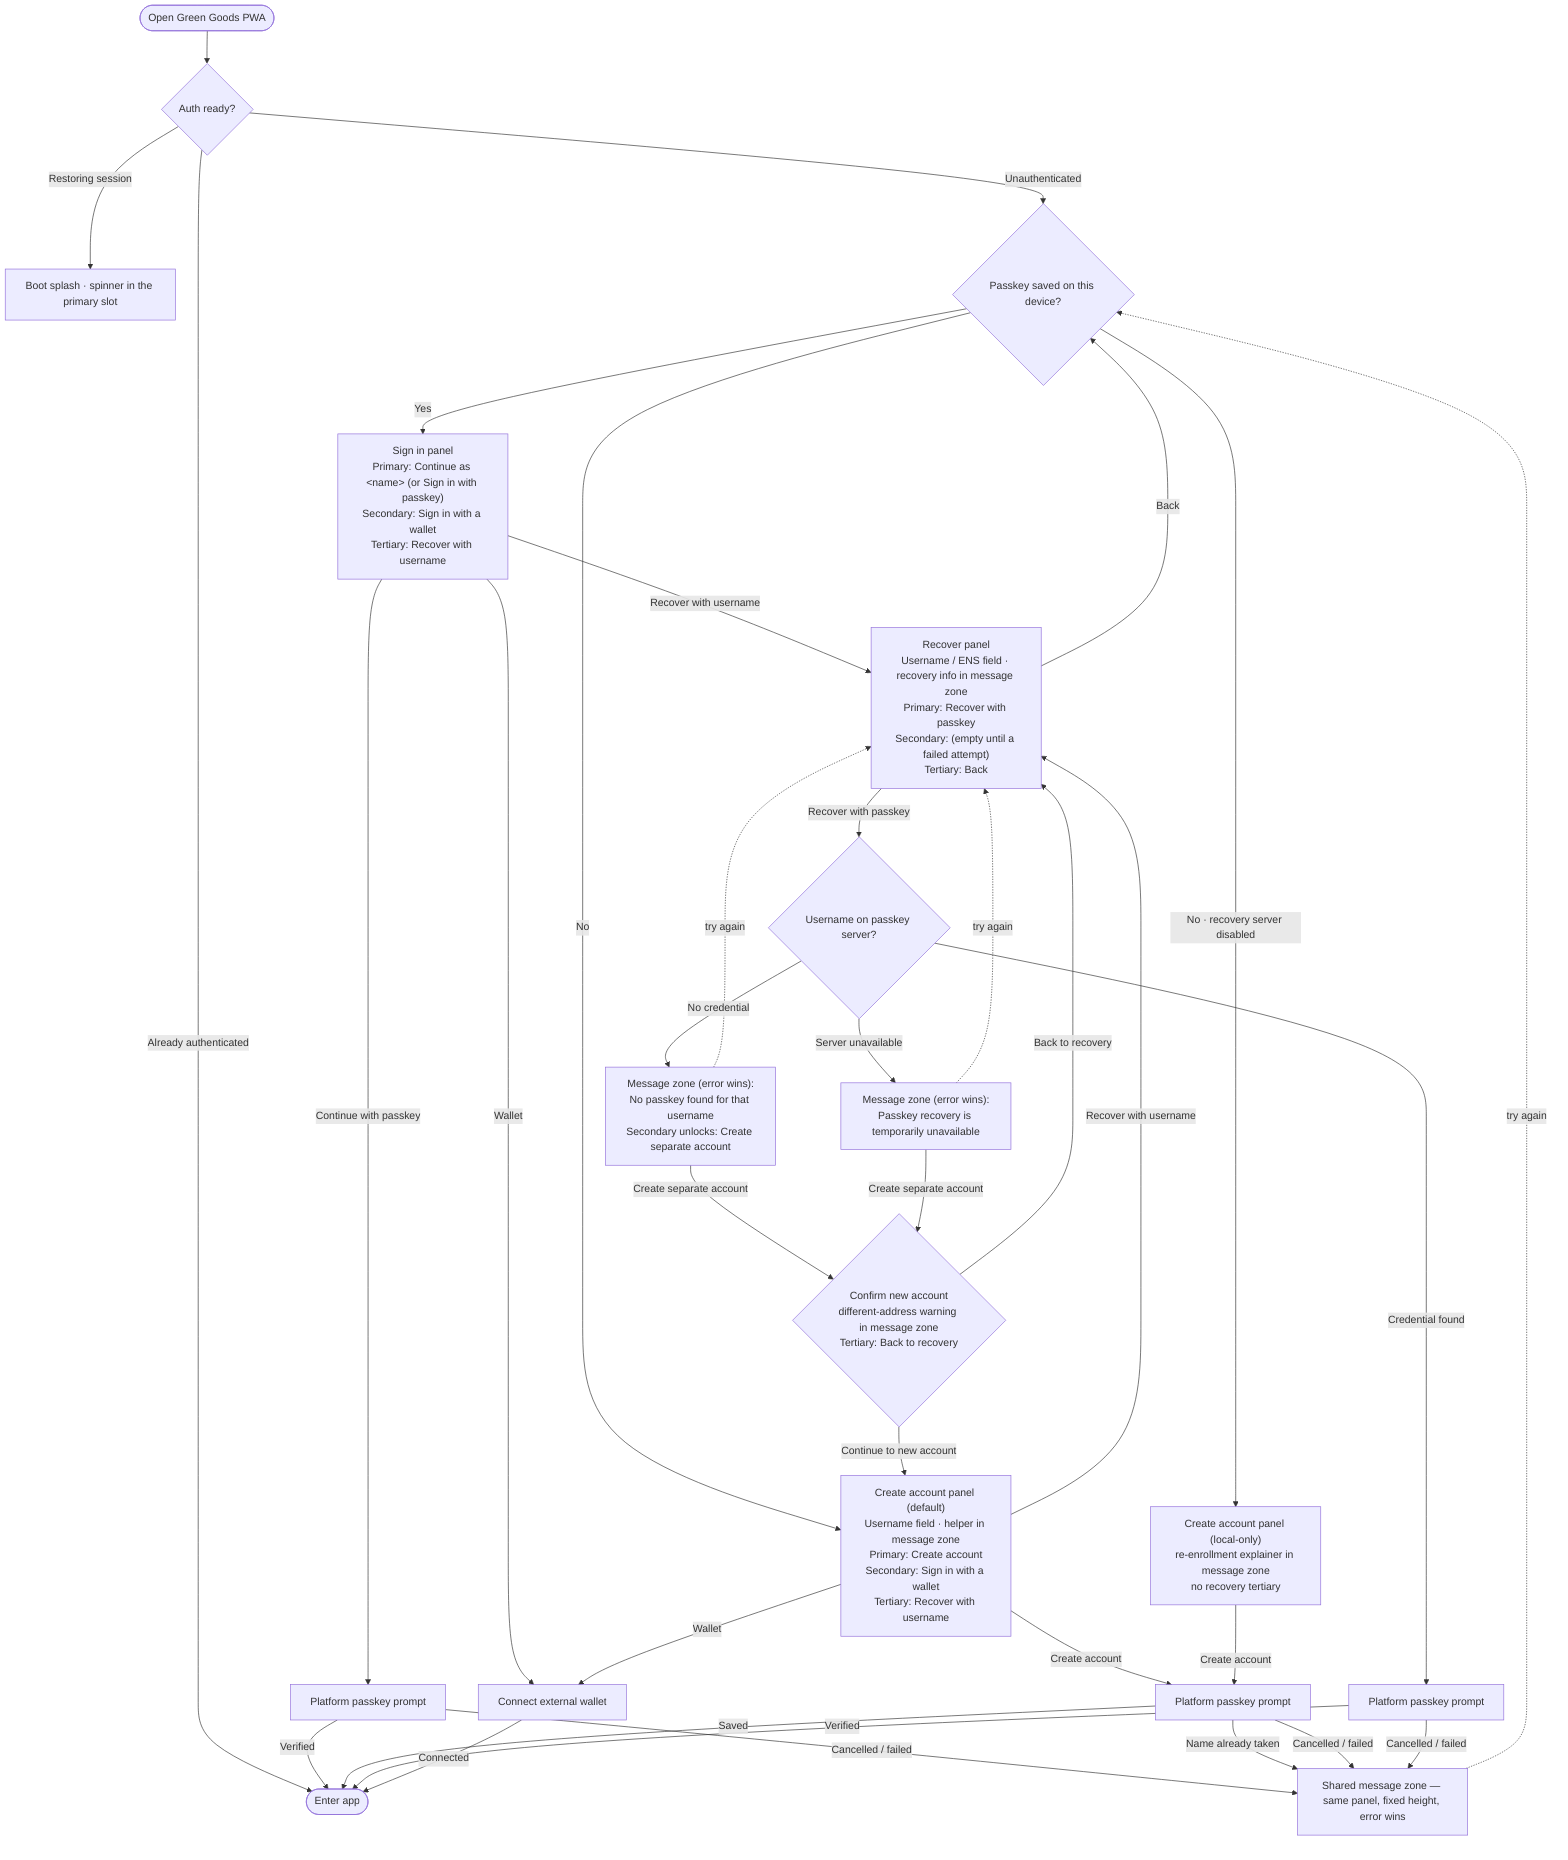
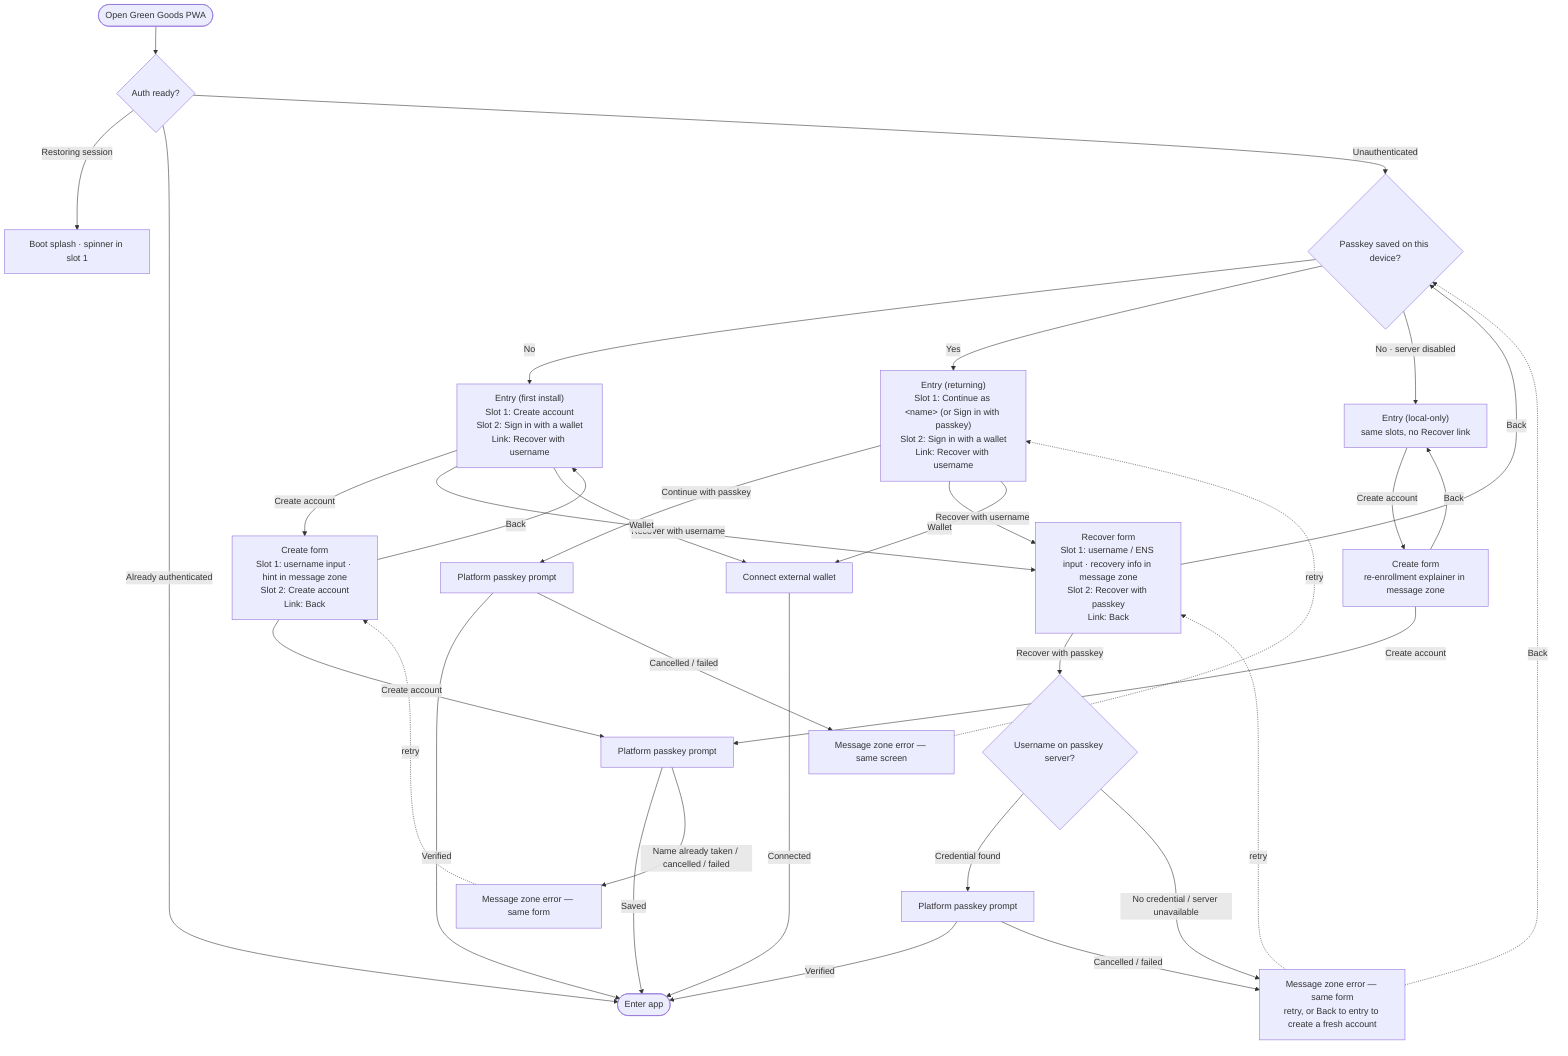
%% Green Goods PWA passkey login/signup flow (as implemented in views/Login/index.tsx).
- %% Create-account-first for new installs; same-device one-tap for returning users
- %% (personalized "Continue as <name>" when a stored name exists); recovery is a
- %% progressive opt-in SUB-FLOW (no wallet there — Back returns to an entry panel
- %% that has it). Every panel renders the same slot skeleton: input · primary ·
- %% secondary · shared message zone (error wins over helper info) · tertiary, all
- %% fixed-height — no layout shift, in-flight attempts spin INSIDE the primary.
+ %% Three screens on one scaffold, two control slots each. ENTRY: primary in
+ %% slot 1 (Create account for new users; personalized "Continue as <name>" for
+ %% returning), wallet in slot 2, Recover link. FORM screens (create / recover):
+ %% input in slot 1, primary in slot 2, Back link — the primary moves down one
+ %% slot only on deliberate navigation. Recovery is FLAT: it succeeds, or the
+ %% error shows and the user retries or goes Back (a fresh account is created
+ %% through the normal create flow; the server rejects registered names). Errors
+ %% and helper copy share one fixed-height message zone per screen — no layout
+ %% shift anywhere; in-flight attempts spin INSIDE the primary.
flowchart TD
    Start(["Open Green Goods PWA"]) --> Ready{"Auth ready?"}
-     Ready -->|Restoring session| Loading["Boot splash · spinner in the primary slot"]
+     Ready -->|Restoring session| Boot["Boot splash · spinner in slot 1"]
    Ready -->|Already authenticated| App(["Enter app"])
    Ready -->|Unauthenticated| Stored{"Passkey saved on this device?"}

-     %% Returning user — same-device one-tap (entry panel: wallet stays)
-     Stored -->|Yes| Returning["Sign in panel<br/>Primary: Continue as &lt;name&gt; (or Sign in with passkey)<br/>Secondary: Sign in with a wallet<br/>Tertiary: Recover with username"]
-     Returning -->|Continue with passkey| LocalPrompt["Platform passkey prompt"]
+     %% Entry screens — wallet lives here
+     Stored -->|No| EntryNew["Entry (first install)<br/>Slot 1: Create account<br/>Slot 2: Sign in with a wallet<br/>Link: Recover with username"]
+     Stored -->|Yes| EntryBack["Entry (returning)<br/>Slot 1: Continue as &lt;name&gt; (or Sign in with passkey)<br/>Slot 2: Sign in with a wallet<br/>Link: Recover with username"]
+ 
+     EntryBack -->|Continue with passkey| LocalPrompt["Platform passkey prompt"]
    LocalPrompt -->|Verified| App
-     LocalPrompt -->|Cancelled / failed| PanelErr
+     LocalPrompt -->|Cancelled / failed| EntryErr["Message zone error — same screen"]
+     EntryErr -.retry.-> EntryBack

-     %% First install — Create account is the default (entry panel: wallet stays)
-     Stored -->|No| Create["Create account panel (default)<br/>Username field · helper in message zone<br/>Primary: Create account<br/>Secondary: Sign in with a wallet<br/>Tertiary: Recover with username"]
-     Create -->|Create account| CreatePrompt["Platform passkey prompt"]
+     %% Two-step create: entry → form
+     EntryNew -->|Create account| CreateForm["Create form<br/>Slot 1: username input · hint in message zone<br/>Slot 2: Create account<br/>Link: Back"]
+     CreateForm -->|Back| EntryNew
+     CreateForm -->|Create account| CreatePrompt["Platform passkey prompt"]
    CreatePrompt -->|Saved| App
-     CreatePrompt -->|Name already taken| PanelErr
-     CreatePrompt -->|Cancelled / failed| PanelErr
+     CreatePrompt -->|Name already taken / cancelled / failed| CreateErr["Message zone error — same form"]
+     CreateErr -.retry.-> CreateForm

-     %% Progressive recovery — opt-in SUB-FLOW (no wallet; Back exits)
-     Returning -->|Recover with username| Recover["Recover panel<br/>Username / ENS field · recovery info in message zone<br/>Primary: Recover with passkey<br/>Secondary: (empty until a failed attempt)<br/>Tertiary: Back"]
-     Create -->|Recover with username| Recover
-     Recover -->|Back| Stored
-     Recover -->|Recover with passkey| Lookup{"Username on passkey server?"}
+     %% Flat recovery: recover, or go Back
+     EntryNew -->|Recover with username| RecoverForm["Recover form<br/>Slot 1: username / ENS input · recovery info in message zone<br/>Slot 2: Recover with passkey<br/>Link: Back"]
+     EntryBack -->|Recover with username| RecoverForm
+     RecoverForm -->|Back| Stored
+     RecoverForm -->|Recover with passkey| Lookup{"Username on passkey server?"}
    Lookup -->|Credential found| RecoverPrompt["Platform passkey prompt"]
    RecoverPrompt -->|Verified| App
-     RecoverPrompt -->|Cancelled / failed| PanelErr
-     Lookup -->|No credential| NotFound["Message zone (error wins):<br/>No passkey found for that username<br/>Secondary unlocks: Create separate account"]
-     Lookup -->|Server unavailable| ServerErr["Message zone (error wins):<br/>Passkey recovery is temporarily unavailable"]
+     RecoverPrompt -->|Cancelled / failed| RecoverErr
+     Lookup -->|No credential / server unavailable| RecoverErr["Message zone error — same form<br/>retry, or Back to entry to create a fresh account"]
+     RecoverErr -.retry.-> RecoverForm
+     RecoverErr -.Back.-> Stored

-     %% Errors take over the panel's shared message zone (fixed height)
-     PanelErr["Shared message zone — same panel, fixed height, error wins"]
-     PanelErr -.try again.-> Stored
-     NotFound -.try again.-> Recover
-     ServerErr -.try again.-> Recover
- 
-     %% Separate account after a failed recovery (guarded, two-step sub-flow)
-     NotFound -->|Create separate account| ConfirmNew{"Confirm new account<br/>different-address warning in message zone<br/>Tertiary: Back to recovery"}
-     ServerErr -->|Create separate account| ConfirmNew
-     ConfirmNew -->|Continue to new account| Create
-     ConfirmNew -->|Back to recovery| Recover
- 
-     %% Wallet fallback lives on the ENTRY panels only
-     Returning -->|Wallet| Wallet["Connect external wallet"]
-     Create -->|Wallet| Wallet
+     %% Wallet fallback from the entry screens
+     EntryNew -->|Wallet| Wallet["Connect external wallet"]
+     EntryBack -->|Wallet| Wallet
    Wallet -->|Connected| App

    %% Local-only deployments (passkey server disabled)
-     Stored -->|No · recovery server disabled| CreateLocal["Create account panel (local-only)<br/>re-enrollment explainer in message zone<br/>no recovery tertiary"]
-     CreateLocal -->|Create account| CreatePrompt
+     Stored -->|No · server disabled| EntryLocal["Entry (local-only)<br/>same slots, no Recover link"]
+     EntryLocal -->|Create account| CreateFormLocal["Create form<br/>re-enrollment explainer in message zone"]
+     CreateFormLocal -->|Create account| CreatePrompt
+     CreateFormLocal -->|Back| EntryLocal
